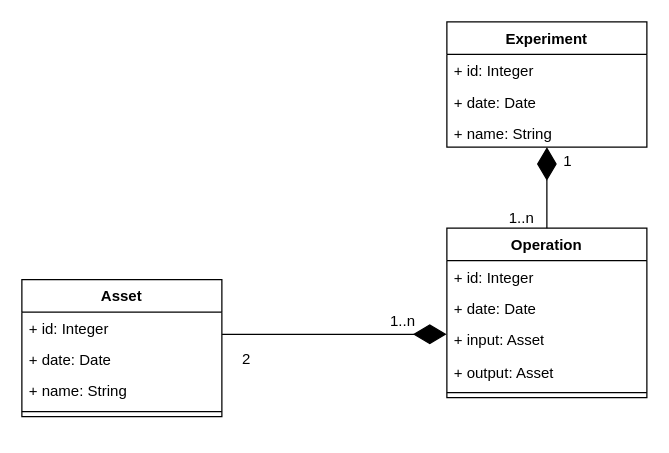
Before: page "DataModeling" (10 of 11) of Docs/Diagrams.drawio.xml in okashaluai/Fingerprint-Biometric-Research-Tool, a draw.io diagram. Source tidied: cells renumbered, new cells numbered last; positions are measured from the earlier drawing's top-left corner, leaving out a move shared by most shapes. Both pictures are drawn from the tidied source at 125%, with x=0, y=0 at pixel (21, 21).
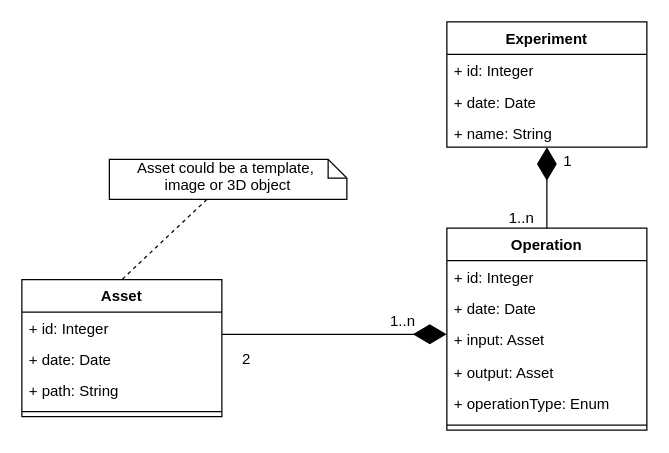
The same page after the edit.

The change refers to these unchanged cells:
```xml
<mxCell id="18" value="Asset" style="swimlane;fontStyle=1;align=center;verticalAlign=top;horizontal=1;startSize=26;whiteSpace=wrap;html=1;" parent="1" vertex="1">
  <mxGeometry y="206.2" width="160" height="109.5" as="geometry" />
</mxCell>
```

Diff of the diagram source:
```diff
@@
     <mxCell id="6" value="Operation" style="swimlane;fontStyle=1;align=center;verticalAlign=top;horizontal=1;startSize=26;whiteSpace=wrap;html=1;" parent="1" vertex="1">
-      <mxGeometry x="340" y="165" width="160" height="135.5" as="geometry" />
+      <mxGeometry x="340" y="165" width="160" height="161.5" as="geometry" />
     </mxCell>
@@
+    <mxCell id="23" value="+ operationType: Enum" style="text;align=left;verticalAlign=top;spacingLeft=4;spacingRight=4;overflow=hidden;rounded=0;shadow=0;html=0;" parent="6" vertex="1">
+      <mxGeometry y="127.5" width="160" height="26" as="geometry" />
+    </mxCell>
     <mxCell id="11" style="line;strokeWidth=1;fillColor=none;align=left;verticalAlign=middle;spacingTop=-1;spacingLeft=3;spacingRight=3;labelPosition=right;strokeColor=inherit;" parent="6" vertex="1">
-      <mxGeometry y="127.5" width="160" height="8" as="geometry" />
+      <mxGeometry y="153.5" width="160" height="8" as="geometry" />
     </mxCell>
@@
-    <mxCell id="21" value="+ name: String" style="text;strokeColor=none;fillColor=none;align=left;verticalAlign=top;spacingLeft=4;spacingRight=4;overflow=hidden;whiteSpace=wrap;html=1;" parent="18" vertex="1">
-      <mxGeometry y="75.5" width="160" height="26" as="geometry" />
-    </mxCell>
+    <mxCell id="24" value="+ path: String" style="text;strokeColor=none;fillColor=none;align=left;verticalAlign=top;spacingLeft=4;spacingRight=4;overflow=hidden;whiteSpace=wrap;html=1;" parent="18" vertex="1">
+      <mxGeometry y="75.5" width="160" height="26" as="geometry" />
+    </mxCell>
@@
+    <mxCell id="25" value="&lt;div&gt;Asset could be a template,&amp;nbsp;&lt;/div&gt;&lt;div&gt;image or 3D object&lt;/div&gt;" style="shape=note;size=15;spacingLeft=5;html=1;overflow=fill;whiteSpace=wrap;" parent="1" vertex="1">
+      <mxGeometry x="70" y="110" width="190" height="32" as="geometry" />
+    </mxCell>
+    <mxCell id="26" style="rounded=0;endArrow=none;dashed=1;html=1;entryX=0.5;entryY=0;entryDx=0;entryDy=0;" parent="1" edge="1" source="25" target="18">
+      <mxGeometry relative="1" as="geometry" />
+    </mxCell>
```
